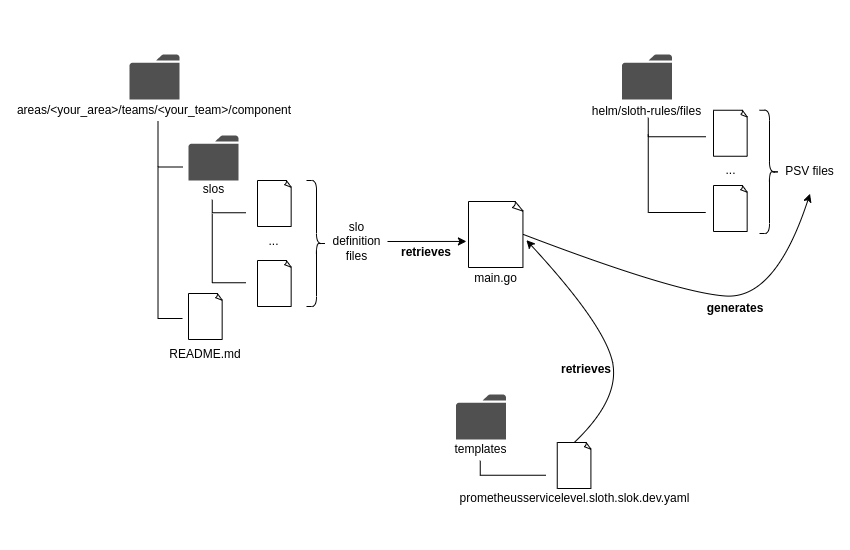
Before: images/sloth-rules.png, a diagram exported from draw.io (giantswarm/sloth-rules). Source tidied: cells renumbered, new cells last; positions are measured from the earlier drawing's top-left corner, leaving out a move shared by most shapes.
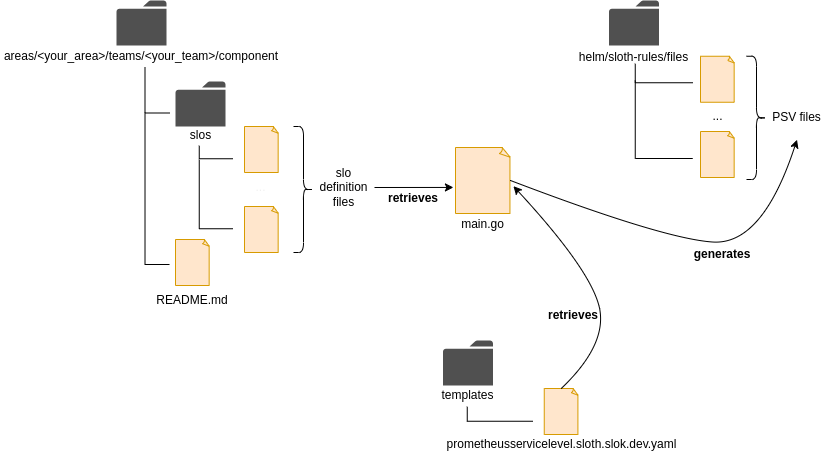
After the change.

What changed in the source:
```diff
@@ -1,14 +1,14 @@
-<mxGraphModel>
+<mxGraphModel background="#ffffff">
   <root>
     <mxCell id="0" />
     <mxCell id="1" parent="0" />
     <mxCell id="2" style="sketch=0;shadow=0;dashed=0;html=1;strokeColor=none;fillColor=#505050;labelPosition=center;verticalLabelPosition=bottom;verticalAlign=top;align=center;shape=mxgraph.office.concepts.folder;" parent="1" vertex="1">
       <mxGeometry x="116" width="50" height="45" as="geometry" />
     </mxCell>
-    <mxCell id="3" style="whiteSpace=wrap;html=1;shape=mxgraph.basic.document;" parent="1" vertex="1">
+    <mxCell id="3" style="whiteSpace=wrap;html=1;shape=mxgraph.basic.document;fillColor=#ffe6cc;strokeColor=#d79b00;" parent="1" vertex="1">
       <mxGeometry x="244" y="126" width="34" height="46" as="geometry" />
     </mxCell>
-    <mxCell id="4" style="whiteSpace=wrap;html=1;shape=mxgraph.basic.document;" parent="1" vertex="1">
+    <mxCell id="4" style="whiteSpace=wrap;html=1;shape=mxgraph.basic.document;fillColor=#ffe6cc;strokeColor=#d79b00;" parent="1" vertex="1">
       <mxGeometry x="455" y="147" width="55" height="66" as="geometry" />
     </mxCell>
     <mxCell id="5" style="sketch=0;shadow=0;dashed=0;html=1;strokeColor=none;fillColor=#505050;labelPosition=center;verticalLabelPosition=bottom;verticalAlign=top;align=center;shape=mxgraph.office.concepts.folder;" parent="1" vertex="1">
@@ -17,79 +17,79 @@
     <mxCell id="6" style="sketch=0;shadow=0;dashed=0;html=1;strokeColor=none;fillColor=#505050;labelPosition=center;verticalLabelPosition=bottom;verticalAlign=top;align=center;shape=mxgraph.office.concepts.folder;" parent="1" vertex="1">
       <mxGeometry x="608.5" width="50" height="45" as="geometry" />
     </mxCell>
-    <mxCell id="7" value="README.md" style="text;html=1;strokeColor=none;fillColor=none;align=center;verticalAlign=middle;whiteSpace=wrap;rounded=0;" parent="1" vertex="1">
+    <mxCell id="7" value="&lt;font color=&quot;#000000&quot;&gt;README.md&lt;/font&gt;" style="text;html=1;strokeColor=none;fillColor=none;align=center;verticalAlign=middle;whiteSpace=wrap;rounded=0;" parent="1" vertex="1">
       <mxGeometry x="150" y="285" width="84" height="30" as="geometry" />
     </mxCell>
-    <mxCell id="8" value="prometheusservicelevel.sloth.slok.dev.yaml" style="text;html=1;strokeColor=none;fillColor=none;align=center;verticalAlign=middle;whiteSpace=wrap;rounded=0;" parent="1" vertex="1">
+    <mxCell id="8" value="&lt;font color=&quot;#000000&quot;&gt;prometheusservicelevel.sloth.slok.dev.yaml&lt;/font&gt;" style="text;html=1;strokeColor=none;fillColor=none;align=center;verticalAlign=middle;whiteSpace=wrap;rounded=0;" parent="1" vertex="1">
       <mxGeometry x="442.5" y="429" width="236.5" height="30" as="geometry" />
     </mxCell>
-    <mxCell id="9" value="helm/sloth-rules/files" style="text;html=1;strokeColor=none;fillColor=none;align=center;verticalAlign=middle;whiteSpace=wrap;rounded=0;" parent="1" vertex="1">
+    <mxCell id="9" value="&lt;font color=&quot;#000000&quot;&gt;helm/sloth-rules/files&lt;/font&gt;" style="text;html=1;strokeColor=none;fillColor=none;align=center;verticalAlign=middle;whiteSpace=wrap;rounded=0;" parent="1" vertex="1">
       <mxGeometry x="575" y="42" width="117" height="30" as="geometry" />
     </mxCell>
-    <mxCell id="10" value="templates" style="text;html=1;strokeColor=none;fillColor=none;align=center;verticalAlign=middle;whiteSpace=wrap;rounded=0;" parent="1" vertex="1">
+    <mxCell id="10" value="&lt;font color=&quot;#000000&quot;&gt;templates&lt;/font&gt;" style="text;html=1;strokeColor=none;fillColor=none;align=center;verticalAlign=middle;whiteSpace=wrap;rounded=0;" parent="1" vertex="1">
       <mxGeometry x="437" y="380" width="61" height="30" as="geometry" />
     </mxCell>
-    <mxCell id="11" value="main.go" style="text;html=1;strokeColor=none;fillColor=none;align=center;verticalAlign=middle;whiteSpace=wrap;rounded=0;" parent="1" vertex="1">
+    <mxCell id="11" value="&lt;font color=&quot;#000000&quot;&gt;main.go&lt;/font&gt;" style="text;html=1;strokeColor=none;fillColor=none;align=center;verticalAlign=middle;whiteSpace=wrap;rounded=0;" parent="1" vertex="1">
       <mxGeometry x="457.2" y="209" width="50.5" height="30" as="geometry" />
     </mxCell>
-    <mxCell id="12" value="slos" style="text;html=1;strokeColor=none;fillColor=none;align=center;verticalAlign=middle;whiteSpace=wrap;rounded=0;" parent="1" vertex="1">
+    <mxCell id="12" value="&lt;font color=&quot;#000000&quot;&gt;slos&lt;/font&gt;" style="text;html=1;strokeColor=none;fillColor=none;align=center;verticalAlign=middle;whiteSpace=wrap;rounded=0;" parent="1" vertex="1">
       <mxGeometry x="184.5" y="123" width="31" height="24" as="geometry" />
     </mxCell>
     <mxCell id="13" style="sketch=0;shadow=0;dashed=0;html=1;strokeColor=none;fillColor=#505050;labelPosition=center;verticalLabelPosition=bottom;verticalAlign=top;align=center;shape=mxgraph.office.concepts.folder;" parent="1" vertex="1">
       <mxGeometry x="175" y="81" width="50" height="45" as="geometry" />
     </mxCell>
-    <mxCell id="14" value="areas/&amp;lt;your_area&amp;gt;/teams/&amp;lt;your_team&amp;gt;/component" style="text;html=1;strokeColor=none;fillColor=none;align=center;verticalAlign=middle;whiteSpace=wrap;rounded=0;" parent="1" vertex="1">
+    <mxCell id="14" value="&lt;font color=&quot;#000000&quot;&gt;areas/&amp;lt;your_area&amp;gt;/teams/&amp;lt;your_team&amp;gt;/component&lt;/font&gt;" style="text;html=1;strokeColor=none;fillColor=none;align=center;verticalAlign=middle;whiteSpace=wrap;rounded=0;" parent="1" vertex="1">
       <mxGeometry y="45" width="282" height="21.5" as="geometry" />
     </mxCell>
-    <mxCell id="15" style="whiteSpace=wrap;html=1;shape=mxgraph.basic.document;" parent="1" vertex="1">
+    <mxCell id="15" style="whiteSpace=wrap;html=1;shape=mxgraph.basic.document;fillColor=#ffe6cc;strokeColor=#d79b00;" parent="1" vertex="1">
       <mxGeometry x="244" y="206" width="34" height="46" as="geometry" />
     </mxCell>
-    <mxCell id="16" style="whiteSpace=wrap;html=1;shape=mxgraph.basic.document;" parent="1" vertex="1">
+    <mxCell id="16" style="whiteSpace=wrap;html=1;shape=mxgraph.basic.document;fillColor=#ffe6cc;strokeColor=#d79b00;" parent="1" vertex="1">
       <mxGeometry x="175" y="239" width="34" height="46" as="geometry" />
     </mxCell>
-    <mxCell id="17" style="shape=partialRectangle;whiteSpace=wrap;html=1;bottom=0;right=0;fillColor=none;rotation=-90;" parent="1" vertex="1">
+    <mxCell id="17" style="shape=partialRectangle;whiteSpace=wrap;html=1;bottom=0;right=0;fillColor=none;rotation=-90;strokeColor=#000000;" parent="1" vertex="1">
       <mxGeometry x="133.8" y="77.2" width="46" height="24.5" as="geometry" />
     </mxCell>
-    <mxCell id="18" style="shape=partialRectangle;whiteSpace=wrap;html=1;bottom=0;right=0;fillColor=none;rotation=-90;" parent="1" vertex="1">
+    <mxCell id="18" style="shape=partialRectangle;whiteSpace=wrap;html=1;bottom=0;right=0;fillColor=none;rotation=-90;strokeColor=#000000;" parent="1" vertex="1">
       <mxGeometry x="80.9" y="175.9" width="151.8" height="24.5" as="geometry" />
     </mxCell>
     <mxCell id="19" value="..." style="text;html=1;strokeColor=none;fillColor=none;align=center;verticalAlign=middle;whiteSpace=wrap;rounded=0;" parent="1" vertex="1">
       <mxGeometry x="245.5" y="175" width="31" height="24" as="geometry" />
     </mxCell>
-    <mxCell id="20" style="shape=partialRectangle;whiteSpace=wrap;html=1;bottom=0;right=0;fillColor=none;rotation=-90;" parent="1" vertex="1">
+    <mxCell id="20" style="shape=partialRectangle;whiteSpace=wrap;html=1;bottom=0;right=0;fillColor=none;rotation=-90;strokeColor=#000000;" parent="1" vertex="1">
       <mxGeometry x="209" y="135" width="13" height="33.5" as="geometry" />
     </mxCell>
-    <mxCell id="21" style="shape=partialRectangle;whiteSpace=wrap;html=1;bottom=0;right=0;fillColor=none;rotation=-90;" parent="1" vertex="1">
+    <mxCell id="21" style="shape=partialRectangle;whiteSpace=wrap;html=1;bottom=0;right=0;fillColor=none;rotation=-90;strokeColor=#000000;" parent="1" vertex="1">
       <mxGeometry x="181" y="177" width="69" height="33.5" as="geometry" />
     </mxCell>
-    <mxCell id="22" style="shape=curlyBracket;whiteSpace=wrap;html=1;rounded=1;flipH=1;labelPosition=right;verticalLabelPosition=middle;align=left;verticalAlign=middle;" parent="1" vertex="1">
+    <mxCell id="22" style="shape=curlyBracket;whiteSpace=wrap;html=1;rounded=1;flipH=1;labelPosition=right;verticalLabelPosition=middle;align=left;verticalAlign=middle;strokeColor=#000000;" parent="1" vertex="1">
       <mxGeometry x="293" y="126" width="20" height="126" as="geometry" />
     </mxCell>
-    <mxCell id="23" value="slo definition files" style="text;html=1;strokeColor=none;fillColor=none;align=center;verticalAlign=middle;whiteSpace=wrap;rounded=0;" parent="1" vertex="1">
+    <mxCell id="23" value="&lt;font color=&quot;#000000&quot;&gt;slo definition files&lt;/font&gt;" style="text;html=1;strokeColor=none;fillColor=none;align=center;verticalAlign=middle;whiteSpace=wrap;rounded=0;" parent="1" vertex="1">
       <mxGeometry x="313" y="164.6" width="61" height="44.9" as="geometry" />
     </mxCell>
-    <mxCell id="24" style="whiteSpace=wrap;html=1;shape=mxgraph.basic.document;" parent="1" vertex="1">
+    <mxCell id="24" style="whiteSpace=wrap;html=1;shape=mxgraph.basic.document;fillColor=#ffe6cc;strokeColor=#d79b00;" parent="1" vertex="1">
       <mxGeometry x="543.8" y="388" width="34" height="46" as="geometry" />
     </mxCell>
-    <mxCell id="25" style="whiteSpace=wrap;html=1;shape=mxgraph.basic.document;" parent="1" vertex="1">
+    <mxCell id="25" style="whiteSpace=wrap;html=1;shape=mxgraph.basic.document;fillColor=#ffe6cc;strokeColor=#d79b00;" parent="1" vertex="1">
       <mxGeometry x="700" y="55.8" width="34" height="46" as="geometry" />
     </mxCell>
-    <mxCell id="26" style="whiteSpace=wrap;html=1;shape=mxgraph.basic.document;" parent="1" vertex="1">
+    <mxCell id="26" style="whiteSpace=wrap;html=1;shape=mxgraph.basic.document;fillColor=#ffe6cc;strokeColor=#d79b00;" parent="1" vertex="1">
       <mxGeometry x="700" y="131" width="34" height="46" as="geometry" />
     </mxCell>
-    <mxCell id="27" style="shape=partialRectangle;whiteSpace=wrap;html=1;bottom=0;right=0;fillColor=none;rotation=-90;" parent="1" vertex="1">
+    <mxCell id="27" style="shape=partialRectangle;whiteSpace=wrap;html=1;bottom=0;right=0;fillColor=none;rotation=-90;strokeColor=#000000;" parent="1" vertex="1">
       <mxGeometry x="492.2" y="380.8" width="14.5" height="65.5" as="geometry" />
     </mxCell>
-    <mxCell id="28" value="..." style="text;html=1;strokeColor=none;fillColor=none;align=center;verticalAlign=middle;whiteSpace=wrap;rounded=0;" parent="1" vertex="1">
+    <mxCell id="28" value="&lt;font color=&quot;#000000&quot;&gt;...&lt;/font&gt;" style="text;html=1;strokeColor=none;fillColor=none;align=center;verticalAlign=middle;whiteSpace=wrap;rounded=0;" parent="1" vertex="1">
       <mxGeometry x="701.5" y="104" width="31" height="24" as="geometry" />
     </mxCell>
-    <mxCell id="29" style="shape=partialRectangle;whiteSpace=wrap;html=1;bottom=0;right=0;fillColor=none;rotation=-90;" parent="1" vertex="1">
+    <mxCell id="29" style="shape=partialRectangle;whiteSpace=wrap;html=1;bottom=0;right=0;fillColor=none;rotation=-90;strokeColor=#000000;" parent="1" vertex="1">
       <mxGeometry x="654" y="44" width="19" height="57.5" as="geometry" />
     </mxCell>
-    <mxCell id="30" style="shape=partialRectangle;whiteSpace=wrap;html=1;bottom=0;right=0;fillColor=none;rotation=-90;" parent="1" vertex="1">
+    <mxCell id="30" style="shape=partialRectangle;whiteSpace=wrap;html=1;bottom=0;right=0;fillColor=none;rotation=-90;strokeColor=#000000;" parent="1" vertex="1">
       <mxGeometry x="624.5" y="90.2" width="78" height="57.5" as="geometry" />
     </mxCell>
-    <mxCell id="31" style="curved=1;endArrow=classic;html=1;rounded=0;exitX=0.5;exitY=0;exitDx=0;exitDy=0;exitPerimeter=0;entryX=1.053;entryY=0.586;entryDx=0;entryDy=0;entryPerimeter=0;" parent="1" edge="1" source="24" target="4">
+    <mxCell id="31" style="curved=1;endArrow=classic;html=1;rounded=0;exitX=0.5;exitY=0;exitDx=0;exitDy=0;exitPerimeter=0;entryX=1.053;entryY=0.586;entryDx=0;entryDy=0;entryPerimeter=0;strokeColor=#000000;" parent="1" edge="1" source="24" target="4">
       <mxGeometry relative="1" as="geometry">
         <Array as="points">
           <mxPoint x="608" y="343" />
@@ -97,16 +97,16 @@
         </Array>
       </mxGeometry>
     </mxCell>
-    <mxCell id="32" style="shape=curlyBracket;whiteSpace=wrap;html=1;rounded=1;flipH=1;labelPosition=right;verticalLabelPosition=middle;align=left;verticalAlign=middle;" parent="1" vertex="1">
+    <mxCell id="32" style="shape=curlyBracket;whiteSpace=wrap;html=1;rounded=1;flipH=1;labelPosition=right;verticalLabelPosition=middle;align=left;verticalAlign=middle;strokeColor=#000000;" parent="1" vertex="1">
       <mxGeometry x="746" y="55.8" width="20" height="123.2" as="geometry" />
     </mxCell>
-    <mxCell id="33" value="PSV files" style="text;html=1;strokeColor=none;fillColor=none;align=center;verticalAlign=middle;whiteSpace=wrap;rounded=0;" parent="1" vertex="1">
+    <mxCell id="33" value="&lt;font color=&quot;#000000&quot;&gt;PSV files&lt;/font&gt;" style="text;html=1;strokeColor=none;fillColor=none;align=center;verticalAlign=middle;whiteSpace=wrap;rounded=0;" parent="1" vertex="1">
       <mxGeometry x="766" y="94.3" width="61" height="44.9" as="geometry" />
     </mxCell>
-    <mxCell id="34" style="endArrow=classic;html=1;rounded=0;exitX=1;exitY=0.5;exitDx=0;exitDy=0;entryX=-0.038;entryY=0.605;entryDx=0;entryDy=0;entryPerimeter=0;" parent="1" edge="1" source="23" target="4">
+    <mxCell id="34" style="endArrow=classic;html=1;rounded=0;exitX=1;exitY=0.5;exitDx=0;exitDy=0;entryX=-0.038;entryY=0.605;entryDx=0;entryDy=0;entryPerimeter=0;strokeColor=#000000;" parent="1" edge="1" source="23" target="4">
       <mxGeometry relative="1" as="geometry" />
     </mxCell>
-    <mxCell id="35" style="curved=1;endArrow=classic;html=1;rounded=0;exitX=1;exitY=0.5;exitDx=0;exitDy=0;exitPerimeter=0;entryX=0.5;entryY=1;entryDx=0;entryDy=0;" parent="1" edge="1" source="4" target="33">
+    <mxCell id="35" style="curved=1;endArrow=classic;html=1;rounded=0;exitX=1;exitY=0.5;exitDx=0;exitDy=0;exitPerimeter=0;entryX=0.5;entryY=1;entryDx=0;entryDy=0;strokeColor=#000000;" parent="1" edge="1" source="4" target="33">
       <mxGeometry relative="1" as="geometry">
         <Array as="points">
           <mxPoint x="662" y="238" />
@@ -114,13 +114,13 @@
         </Array>
       </mxGeometry>
     </mxCell>
-    <mxCell id="36" value="&lt;b&gt;generates&lt;/b&gt;" style="text;html=1;strokeColor=none;fillColor=none;align=center;verticalAlign=middle;whiteSpace=wrap;rounded=0;" parent="1" vertex="1">
+    <mxCell id="36" value="&lt;b&gt;&lt;font color=&quot;#000000&quot;&gt;generates&lt;/font&gt;&lt;/b&gt;" style="text;html=1;strokeColor=none;fillColor=none;align=center;verticalAlign=middle;whiteSpace=wrap;rounded=0;" parent="1" vertex="1">
       <mxGeometry x="690" y="239" width="63.5" height="30" as="geometry" />
     </mxCell>
-    <mxCell id="37" value="&lt;b&gt;retrieves&lt;/b&gt;" style="text;html=1;strokeColor=none;fillColor=none;align=center;verticalAlign=middle;whiteSpace=wrap;rounded=0;" parent="1" vertex="1">
+    <mxCell id="37" value="&lt;b&gt;&lt;font color=&quot;#000000&quot;&gt;retrieves&lt;/font&gt;&lt;/b&gt;" style="text;html=1;strokeColor=none;fillColor=none;align=center;verticalAlign=middle;whiteSpace=wrap;rounded=0;" parent="1" vertex="1">
       <mxGeometry x="547" y="300" width="52" height="30" as="geometry" />
     </mxCell>
-    <mxCell id="38" value="&lt;b&gt;retrieves&lt;/b&gt;" style="text;html=1;strokeColor=none;fillColor=none;align=center;verticalAlign=middle;whiteSpace=wrap;rounded=0;" parent="1" vertex="1">
+    <mxCell id="38" value="&lt;b&gt;&lt;font color=&quot;#000000&quot;&gt;retrieves&lt;/font&gt;&lt;/b&gt;" style="text;html=1;strokeColor=none;fillColor=none;align=center;verticalAlign=middle;whiteSpace=wrap;rounded=0;" parent="1" vertex="1">
       <mxGeometry x="387" y="183" width="52" height="30" as="geometry" />
     </mxCell>
   </root>
```
